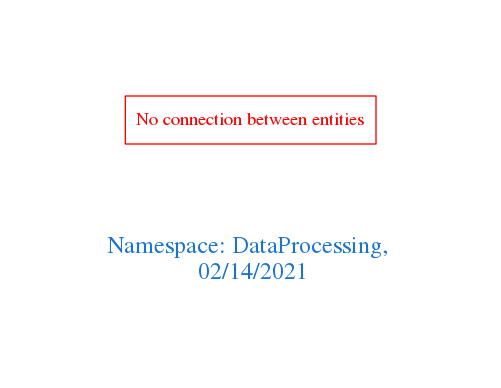
The Graphviz diagram downloads/DataProcessing.png in arago/OGIT, before a commit. Its source is kept beside it as downloads/DataProcessing.dot. Its diagram source:
```dot
digraph OGIT_ontology {
 graph [ rankdir= LR,pad=1
fontsize = 18,
fontcolor= dodgerblue3,label = "\n\n\nNamespace: DataProcessing, \n 02/14/2021"];
node[shape=polygon];
edge [  color="gray81"];

"No connection between entities" [fontcolor = "red",color="red", shape="polygon"]
}
```
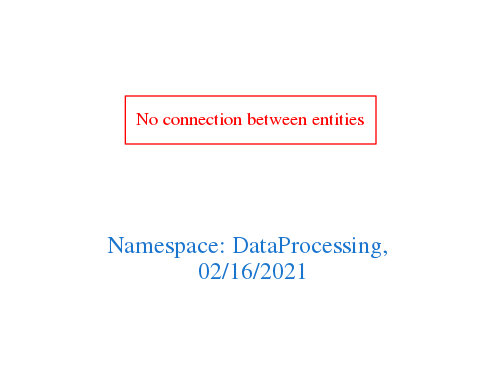
The same diagram one commit later.

What changed in the source:
```diff
@@ -1,7 +1,7 @@
 digraph OGIT_ontology {
  graph [ rankdir= LR,pad=1
 fontsize = 18,
-fontcolor= dodgerblue3,label = "\n\n\nNamespace: DataProcessing, \n 02/14/2021"];
+fontcolor= dodgerblue3,label = "\n\n\nNamespace: DataProcessing, \n 02/16/2021"];
 node[shape=polygon];
 edge [  color="gray81"];
 
```
